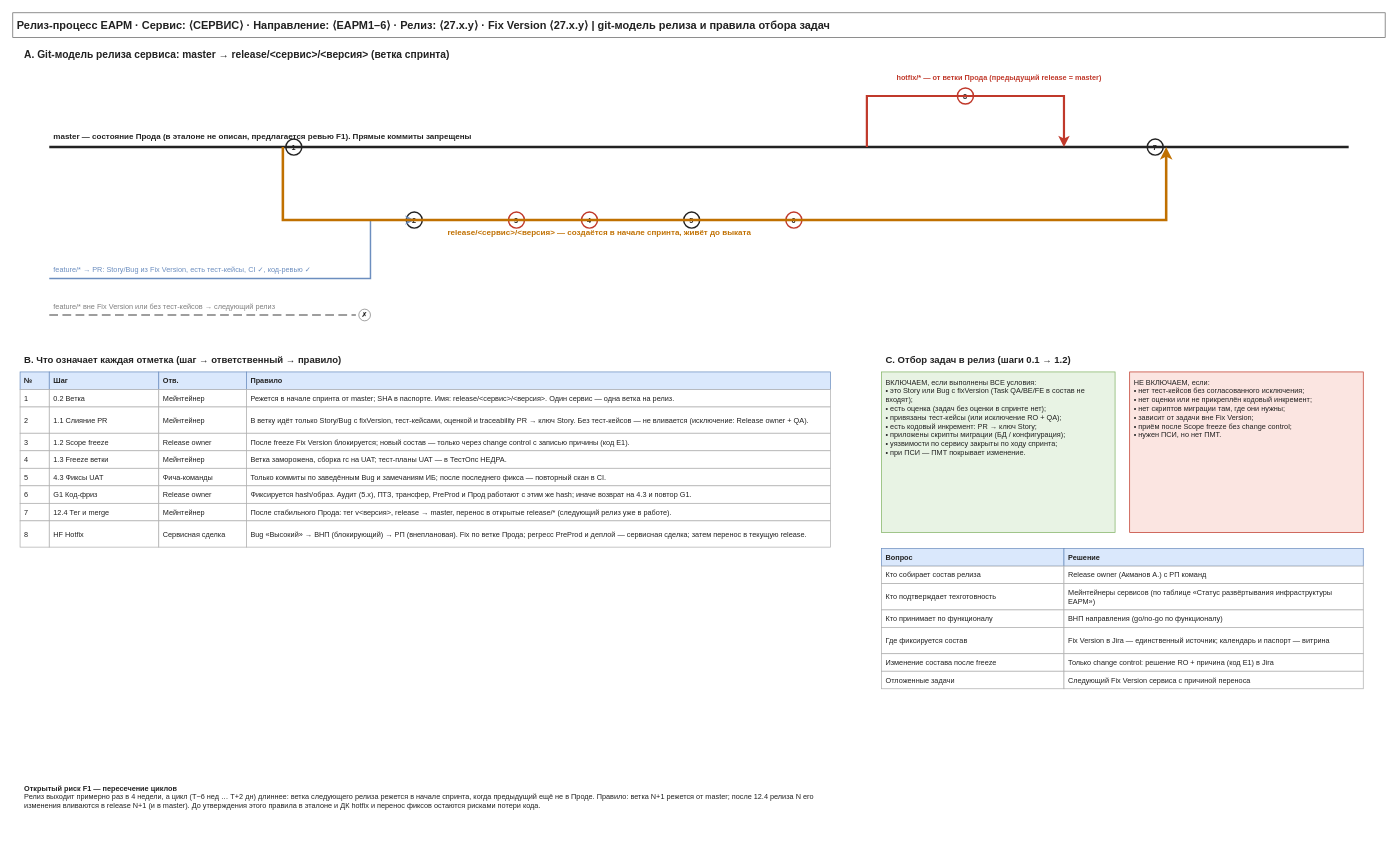
The draw.io diagram page "2. Ветки и отбор задач" (2 of 5) of docs/drawio/10-release-process.drawio in KMNV777/main_arsen, before the edit. Source tidied: cells renumbered, new cells numbered last; positions are measured from the earlier drawing's top-left corner, leaving out a move shared by most shapes. Both pictures are drawn from the tidied source at 73%, with x=0, y=0 at pixel (12, 12).
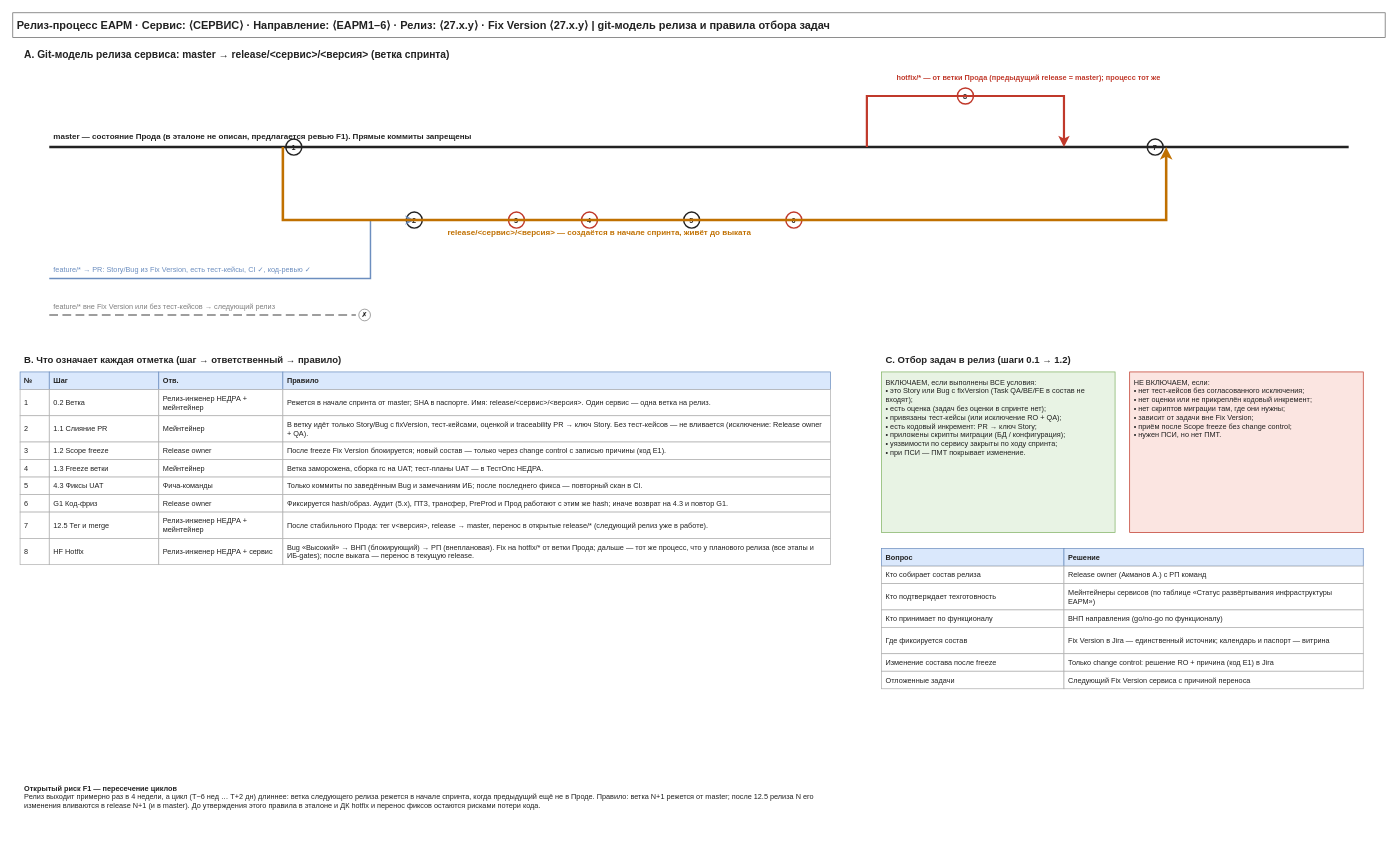
After the change.

Commit message (it also covers changes not shown here):
Apply process owner decisions: branch from master, optional PTZ, full hotfix process, role clarifications, SLA 1-5 days and critical path

The edit, as a diff of the source:
```diff
@@
-    <mxCell id="9" value="&lt;b&gt;hotfix/* — от ветки Прода (предыдущий release = master)&lt;/b&gt;" style="text;html=1;whiteSpace=wrap;fillColor=none;strokeColor=none;strokeWidth=1;fontSize=10;fontColor=#C0392B;align=left;verticalAlign=middle;spacingLeft=4;spacingRight=4;spacingTop=2;spacingBottom=2;" parent="1" vertex="1">
+    <mxCell id="9" value="&lt;b&gt;hotfix/* — от ветки Прода (предыдущий release = master); процесс тот же&lt;/b&gt;" style="text;html=1;whiteSpace=wrap;fillColor=none;strokeColor=none;strokeWidth=1;fontSize=10;fontColor=#C0392B;align=left;verticalAlign=middle;spacingLeft=4;spacingRight=4;spacingTop=2;spacingBottom=2;" parent="1" vertex="1">
       <mxGeometry x="1205" y="80" width="600" height="16" as="geometry" />
     </mxCell>
@@
     <mxCell id="21" value="&lt;b&gt;Отв.&lt;/b&gt;" style="rounded=0;whiteSpace=wrap;html=1;fillColor=#DAE8FC;strokeColor=#6C8EBF;strokeWidth=1;fontSize=10;fontColor=#222222;align=left;verticalAlign=middle;spacingLeft=4;spacingRight=4;spacingTop=2;spacingBottom=2;" parent="1" vertex="1">
-      <mxGeometry x="200" y="492" width="120" height="24" as="geometry" />
+      <mxGeometry x="200" y="492" width="170" height="24" as="geometry" />
     </mxCell>
     <mxCell id="22" value="&lt;b&gt;Правило&lt;/b&gt;" style="rounded=0;whiteSpace=wrap;html=1;fillColor=#DAE8FC;strokeColor=#6C8EBF;strokeWidth=1;fontSize=10;fontColor=#222222;align=left;verticalAlign=middle;spacingLeft=4;spacingRight=4;spacingTop=2;spacingBottom=2;" parent="1" vertex="1">
-      <mxGeometry x="320" y="492" width="800" height="24" as="geometry" />
+      <mxGeometry x="370" y="492" width="750" height="24" as="geometry" />
     </mxCell>
     <mxCell id="23" value="1" style="rounded=0;whiteSpace=wrap;html=1;fillColor=#FFFFFF;strokeColor=#B0B0B0;strokeWidth=1;fontSize=10;fontColor=#222222;align=left;verticalAlign=middle;spacingLeft=4;spacingRight=4;spacingTop=2;spacingBottom=2;" parent="1" vertex="1">
-      <mxGeometry x="10" y="516" width="40" height="24" as="geometry" />
+      <mxGeometry x="10" y="516" width="40" height="36" as="geometry" />
     </mxCell>
     <mxCell id="24" value="0.2 Ветка" style="rounded=0;whiteSpace=wrap;html=1;fillColor=#FFFFFF;strokeColor=#B0B0B0;strokeWidth=1;fontSize=10;fontColor=#222222;align=left;verticalAlign=middle;spacingLeft=4;spacingRight=4;spacingTop=2;spacingBottom=2;" parent="1" vertex="1">
-      <mxGeometry x="50" y="516" width="150" height="24" as="geometry" />
+      <mxGeometry x="50" y="516" width="150" height="36" as="geometry" />
     </mxCell>
-    <mxCell id="25" value="Мейнтейнер" style="rounded=0;whiteSpace=wrap;html=1;fillColor=#FFFFFF;strokeColor=#B0B0B0;strokeWidth=1;fontSize=10;fontColor=#222222;align=left;verticalAlign=middle;spacingLeft=4;spacingRight=4;spacingTop=2;spacingBottom=2;" parent="1" vertex="1">
-      <mxGeometry x="200" y="516" width="120" height="24" as="geometry" />
+    <mxCell id="25" value="Релиз-инженер НЕДРА + мейнтейнер" style="rounded=0;whiteSpace=wrap;html=1;fillColor=#FFFFFF;strokeColor=#B0B0B0;strokeWidth=1;fontSize=10;fontColor=#222222;align=left;verticalAlign=middle;spacingLeft=4;spacingRight=4;spacingTop=2;spacingBottom=2;" parent="1" vertex="1">
+      <mxGeometry x="200" y="516" width="170" height="36" as="geometry" />
     </mxCell>
     <mxCell id="26" value="Режется в начале спринта от master; SHA в паспорте. Имя: release/&amp;lt;сервис&amp;gt;/&amp;lt;версия&amp;gt;. Один сервис — одна ветка на релиз." style="rounded=0;whiteSpace=wrap;html=1;fillColor=#FFFFFF;strokeColor=#B0B0B0;strokeWidth=1;fontSize=10;fontColor=#222222;align=left;verticalAlign=middle;spacingLeft=4;spacingRight=4;spacingTop=2;spacingBottom=2;" parent="1" vertex="1">
-      <mxGeometry x="320" y="516" width="800" height="24" as="geometry" />
+      <mxGeometry x="370" y="516" width="750" height="36" as="geometry" />
     </mxCell>
     <mxCell id="27" value="2" style="rounded=0;whiteSpace=wrap;html=1;fillColor=#FFFFFF;strokeColor=#B0B0B0;strokeWidth=1;fontSize=10;fontColor=#222222;align=left;verticalAlign=middle;spacingLeft=4;spacingRight=4;spacingTop=2;spacingBottom=2;" parent="1" vertex="1">
-      <mxGeometry x="10" y="540" width="40" height="36" as="geometry" />
+      <mxGeometry x="10" y="552" width="40" height="36" as="geometry" />
     </mxCell>
     <mxCell id="28" value="1.1 Слияние PR" style="rounded=0;whiteSpace=wrap;html=1;fillColor=#FFFFFF;strokeColor=#B0B0B0;strokeWidth=1;fontSize=10;fontColor=#222222;align=left;verticalAlign=middle;spacingLeft=4;spacingRight=4;spacingTop=2;spacingBottom=2;" parent="1" vertex="1">
-      <mxGeometry x="50" y="540" width="150" height="36" as="geometry" />
+      <mxGeometry x="50" y="552" width="150" height="36" as="geometry" />
     </mxCell>
     <mxCell id="29" value="Мейнтейнер" style="rounded=0;whiteSpace=wrap;html=1;fillColor=#FFFFFF;strokeColor=#B0B0B0;strokeWidth=1;fontSize=10;fontColor=#222222;align=left;verticalAlign=middle;spacingLeft=4;spacingRight=4;spacingTop=2;spacingBottom=2;" parent="1" vertex="1">
-      <mxGeometry x="200" y="540" width="120" height="36" as="geometry" />
+      <mxGeometry x="200" y="552" width="170" height="36" as="geometry" />
     </mxCell>
     <mxCell id="30" value="В ветку идёт только Story/Bug с fixVersion, тест-кейсами, оценкой и traceability PR → ключ Story. Без тест-кейсов — не вливается (исключение: Release owner + QA)." style="rounded=0;whiteSpace=wrap;html=1;fillColor=#FFFFFF;strokeColor=#B0B0B0;strokeWidth=1;fontSize=10;fontColor=#222222;align=left;verticalAlign=middle;spacingLeft=4;spacingRight=4;spacingTop=2;spacingBottom=2;" parent="1" vertex="1">
-      <mxGeometry x="320" y="540" width="800" height="36" as="geometry" />
+      <mxGeometry x="370" y="552" width="750" height="36" as="geometry" />
     </mxCell>
     <mxCell id="31" value="3" style="rounded=0;whiteSpace=wrap;html=1;fillColor=#FFFFFF;strokeColor=#B0B0B0;strokeWidth=1;fontSize=10;fontColor=#222222;align=left;verticalAlign=middle;spacingLeft=4;spacingRight=4;spacingTop=2;spacingBottom=2;" parent="1" vertex="1">
-      <mxGeometry x="10" y="576" width="40" height="24" as="geometry" />
+      <mxGeometry x="10" y="588" width="40" height="24" as="geometry" />
     </mxCell>
     <mxCell id="32" value="1.2 Scope freeze" style="rounded=0;whiteSpace=wrap;html=1;fillColor=#FFFFFF;strokeColor=#B0B0B0;strokeWidth=1;fontSize=10;fontColor=#222222;align=left;verticalAlign=middle;spacingLeft=4;spacingRight=4;spacingTop=2;spacingBottom=2;" parent="1" vertex="1">
-      <mxGeometry x="50" y="576" width="150" height="24" as="geometry" />
+      <mxGeometry x="50" y="588" width="150" height="24" as="geometry" />
     </mxCell>
     <mxCell id="33" value="Release owner" style="rounded=0;whiteSpace=wrap;html=1;fillColor=#FFFFFF;strokeColor=#B0B0B0;strokeWidth=1;fontSize=10;fontColor=#222222;align=left;verticalAlign=middle;spacingLeft=4;spacingRight=4;spacingTop=2;spacingBottom=2;" parent="1" vertex="1">
-      <mxGeometry x="200" y="576" width="120" height="24" as="geometry" />
+      <mxGeometry x="200" y="588" width="170" height="24" as="geometry" />
     </mxCell>
     <mxCell id="34" value="После freeze Fix Version блокируется; новый состав — только через change control с записью причины (код E1)." style="rounded=0;whiteSpace=wrap;html=1;fillColor=#FFFFFF;strokeColor=#B0B0B0;strokeWidth=1;fontSize=10;fontColor=#222222;align=left;verticalAlign=middle;spacingLeft=4;spacingRight=4;spacingTop=2;spacingBottom=2;" parent="1" vertex="1">
-      <mxGeometry x="320" y="576" width="800" height="24" as="geometry" />
+      <mxGeometry x="370" y="588" width="750" height="24" as="geometry" />
     </mxCell>
     <mxCell id="35" value="4" style="rounded=0;whiteSpace=wrap;html=1;fillColor=#FFFFFF;strokeColor=#B0B0B0;strokeWidth=1;fontSize=10;fontColor=#222222;align=left;verticalAlign=middle;spacingLeft=4;spacingRight=4;spacingTop=2;spacingBottom=2;" parent="1" vertex="1">
-      <mxGeometry x="10" y="600" width="40" height="24" as="geometry" />
+      <mxGeometry x="10" y="612" width="40" height="24" as="geometry" />
     </mxCell>
     <mxCell id="36" value="1.3 Freeze ветки" style="rounded=0;whiteSpace=wrap;html=1;fillColor=#FFFFFF;strokeColor=#B0B0B0;strokeWidth=1;fontSize=10;fontColor=#222222;align=left;verticalAlign=middle;spacingLeft=4;spacingRight=4;spacingTop=2;spacingBottom=2;" parent="1" vertex="1">
-      <mxGeometry x="50" y="600" width="150" height="24" as="geometry" />
+      <mxGeometry x="50" y="612" width="150" height="24" as="geometry" />
     </mxCell>
     <mxCell id="37" value="Мейнтейнер" style="rounded=0;whiteSpace=wrap;html=1;fillColor=#FFFFFF;strokeColor=#B0B0B0;strokeWidth=1;fontSize=10;fontColor=#222222;align=left;verticalAlign=middle;spacingLeft=4;spacingRight=4;spacingTop=2;spacingBottom=2;" parent="1" vertex="1">
-      <mxGeometry x="200" y="600" width="120" height="24" as="geometry" />
+      <mxGeometry x="200" y="612" width="170" height="24" as="geometry" />
     </mxCell>
     <mxCell id="38" value="Ветка заморожена, сборка rc на UAT; тест-планы UAT — в ТестОпс НЕДРА." style="rounded=0;whiteSpace=wrap;html=1;fillColor=#FFFFFF;strokeColor=#B0B0B0;strokeWidth=1;fontSize=10;fontColor=#222222;align=left;verticalAlign=middle;spacingLeft=4;spacingRight=4;spacingTop=2;spacingBottom=2;" parent="1" vertex="1">
-      <mxGeometry x="320" y="600" width="800" height="24" as="geometry" />
+      <mxGeometry x="370" y="612" width="750" height="24" as="geometry" />
     </mxCell>
     <mxCell id="39" value="5" style="rounded=0;whiteSpace=wrap;html=1;fillColor=#FFFFFF;strokeColor=#B0B0B0;strokeWidth=1;fontSize=10;fontColor=#222222;align=left;verticalAlign=middle;spacingLeft=4;spacingRight=4;spacingTop=2;spacingBottom=2;" parent="1" vertex="1">
-      <mxGeometry x="10" y="624" width="40" height="24" as="geometry" />
+      <mxGeometry x="10" y="636" width="40" height="24" as="geometry" />
     </mxCell>
     <mxCell id="40" value="4.3 Фиксы UAT" style="rounded=0;whiteSpace=wrap;html=1;fillColor=#FFFFFF;strokeColor=#B0B0B0;strokeWidth=1;fontSize=10;fontColor=#222222;align=left;verticalAlign=middle;spacingLeft=4;spacingRight=4;spacingTop=2;spacingBottom=2;" parent="1" vertex="1">
-      <mxGeometry x="50" y="624" width="150" height="24" as="geometry" />
+      <mxGeometry x="50" y="636" width="150" height="24" as="geometry" />
     </mxCell>
     <mxCell id="41" value="Фича-команды" style="rounded=0;whiteSpace=wrap;html=1;fillColor=#FFFFFF;strokeColor=#B0B0B0;strokeWidth=1;fontSize=10;fontColor=#222222;align=left;verticalAlign=middle;spacingLeft=4;spacingRight=4;spacingTop=2;spacingBottom=2;" parent="1" vertex="1">
-      <mxGeometry x="200" y="624" width="120" height="24" as="geometry" />
+      <mxGeometry x="200" y="636" width="170" height="24" as="geometry" />
     </mxCell>
     <mxCell id="42" value="Только коммиты по заведённым Bug и замечаниям ИБ; после последнего фикса — повторный скан в CI." style="rounded=0;whiteSpace=wrap;html=1;fillColor=#FFFFFF;strokeColor=#B0B0B0;strokeWidth=1;fontSize=10;fontColor=#222222;align=left;verticalAlign=middle;spacingLeft=4;spacingRight=4;spacingTop=2;spacingBottom=2;" parent="1" vertex="1">
-      <mxGeometry x="320" y="624" width="800" height="24" as="geometry" />
+      <mxGeometry x="370" y="636" width="750" height="24" as="geometry" />
     </mxCell>
     <mxCell id="43" value="6" style="rounded=0;whiteSpace=wrap;html=1;fillColor=#FFFFFF;strokeColor=#B0B0B0;strokeWidth=1;fontSize=10;fontColor=#222222;align=left;verticalAlign=middle;spacingLeft=4;spacingRight=4;spacingTop=2;spacingBottom=2;" parent="1" vertex="1">
-      <mxGeometry x="10" y="648" width="40" height="24" as="geometry" />
+      <mxGeometry x="10" y="660" width="40" height="24" as="geometry" />
     </mxCell>
     <mxCell id="44" value="G1 Код-фриз" style="rounded=0;whiteSpace=wrap;html=1;fillColor=#FFFFFF;strokeColor=#B0B0B0;strokeWidth=1;fontSize=10;fontColor=#222222;align=left;verticalAlign=middle;spacingLeft=4;spacingRight=4;spacingTop=2;spacingBottom=2;" parent="1" vertex="1">
-      <mxGeometry x="50" y="648" width="150" height="24" as="geometry" />
+      <mxGeometry x="50" y="660" width="150" height="24" as="geometry" />
     </mxCell>
     <mxCell id="45" value="Release owner" style="rounded=0;whiteSpace=wrap;html=1;fillColor=#FFFFFF;strokeColor=#B0B0B0;strokeWidth=1;fontSize=10;fontColor=#222222;align=left;verticalAlign=middle;spacingLeft=4;spacingRight=4;spacingTop=2;spacingBottom=2;" parent="1" vertex="1">
-      <mxGeometry x="200" y="648" width="120" height="24" as="geometry" />
+      <mxGeometry x="200" y="660" width="170" height="24" as="geometry" />
     </mxCell>
     <mxCell id="46" value="Фиксируется hash/образ. Аудит (5.x), ПТЗ, трансфер, PreProd и Прод работают с этим же hash; иначе возврат на 4.3 и повтор G1." style="rounded=0;whiteSpace=wrap;html=1;fillColor=#FFFFFF;strokeColor=#B0B0B0;strokeWidth=1;fontSize=10;fontColor=#222222;align=left;verticalAlign=middle;spacingLeft=4;spacingRight=4;spacingTop=2;spacingBottom=2;" parent="1" vertex="1">
-      <mxGeometry x="320" y="648" width="800" height="24" as="geometry" />
+      <mxGeometry x="370" y="660" width="750" height="24" as="geometry" />
     </mxCell>
     <mxCell id="47" value="7" style="rounded=0;whiteSpace=wrap;html=1;fillColor=#FFFFFF;strokeColor=#B0B0B0;strokeWidth=1;fontSize=10;fontColor=#222222;align=left;verticalAlign=middle;spacingLeft=4;spacingRight=4;spacingTop=2;spacingBottom=2;" parent="1" vertex="1">
-      <mxGeometry x="10" y="672" width="40" height="24" as="geometry" />
+      <mxGeometry x="10" y="684" width="40" height="36" as="geometry" />
     </mxCell>
-    <mxCell id="48" value="12.4 Тег и merge" style="rounded=0;whiteSpace=wrap;html=1;fillColor=#FFFFFF;strokeColor=#B0B0B0;strokeWidth=1;fontSize=10;fontColor=#222222;align=left;verticalAlign=middle;spacingLeft=4;spacingRight=4;spacingTop=2;spacingBottom=2;" parent="1" vertex="1">
-      <mxGeometry x="50" y="672" width="150" height="24" as="geometry" />
+    <mxCell id="48" value="12.5 Тег и merge" style="rounded=0;whiteSpace=wrap;html=1;fillColor=#FFFFFF;strokeColor=#B0B0B0;strokeWidth=1;fontSize=10;fontColor=#222222;align=left;verticalAlign=middle;spacingLeft=4;spacingRight=4;spacingTop=2;spacingBottom=2;" parent="1" vertex="1">
+      <mxGeometry x="50" y="684" width="150" height="36" as="geometry" />
     </mxCell>
-    <mxCell id="49" value="Мейнтейнер" style="rounded=0;whiteSpace=wrap;html=1;fillColor=#FFFFFF;strokeColor=#B0B0B0;strokeWidth=1;fontSize=10;fontColor=#222222;align=left;verticalAlign=middle;spacingLeft=4;spacingRight=4;spacingTop=2;spacingBottom=2;" parent="1" vertex="1">
-      <mxGeometry x="200" y="672" width="120" height="24" as="geometry" />
+    <mxCell id="49" value="Релиз-инженер НЕДРА + мейнтейнер" style="rounded=0;whiteSpace=wrap;html=1;fillColor=#FFFFFF;strokeColor=#B0B0B0;strokeWidth=1;fontSize=10;fontColor=#222222;align=left;verticalAlign=middle;spacingLeft=4;spacingRight=4;spacingTop=2;spacingBottom=2;" parent="1" vertex="1">
+      <mxGeometry x="200" y="684" width="170" height="36" as="geometry" />
     </mxCell>
     <mxCell id="50" value="После стабильного Прода: тег v&amp;lt;версия&amp;gt;, release → master, перенос в открытые release/* (следующий релиз уже в работе)." style="rounded=0;whiteSpace=wrap;html=1;fillColor=#FFFFFF;strokeColor=#B0B0B0;strokeWidth=1;fontSize=10;fontColor=#222222;align=left;verticalAlign=middle;spacingLeft=4;spacingRight=4;spacingTop=2;spacingBottom=2;" parent="1" vertex="1">
-      <mxGeometry x="320" y="672" width="800" height="24" as="geometry" />
+      <mxGeometry x="370" y="684" width="750" height="36" as="geometry" />
     </mxCell>
     <mxCell id="51" value="8" style="rounded=0;whiteSpace=wrap;html=1;fillColor=#FFFFFF;strokeColor=#B0B0B0;strokeWidth=1;fontSize=10;fontColor=#222222;align=left;verticalAlign=middle;spacingLeft=4;spacingRight=4;spacingTop=2;spacingBottom=2;" parent="1" vertex="1">
-      <mxGeometry x="10" y="696" width="40" height="36" as="geometry" />
+      <mxGeometry x="10" y="720" width="40" height="36" as="geometry" />
     </mxCell>
     <mxCell id="52" value="HF Hotfix" style="rounded=0;whiteSpace=wrap;html=1;fillColor=#FFFFFF;strokeColor=#B0B0B0;strokeWidth=1;fontSize=10;fontColor=#222222;align=left;verticalAlign=middle;spacingLeft=4;spacingRight=4;spacingTop=2;spacingBottom=2;" parent="1" vertex="1">
-      <mxGeometry x="50" y="696" width="150" height="36" as="geometry" />
+      <mxGeometry x="50" y="720" width="150" height="36" as="geometry" />
     </mxCell>
-    <mxCell id="53" value="Сервисная сделка" style="rounded=0;whiteSpace=wrap;html=1;fillColor=#FFFFFF;strokeColor=#B0B0B0;strokeWidth=1;fontSize=10;fontColor=#222222;align=left;verticalAlign=middle;spacingLeft=4;spacingRight=4;spacingTop=2;spacingBottom=2;" parent="1" vertex="1">
-      <mxGeometry x="200" y="696" width="120" height="36" as="geometry" />
+    <mxCell id="53" value="Релиз-инженер НЕДРА + сервис" style="rounded=0;whiteSpace=wrap;html=1;fillColor=#FFFFFF;strokeColor=#B0B0B0;strokeWidth=1;fontSize=10;fontColor=#222222;align=left;verticalAlign=middle;spacingLeft=4;spacingRight=4;spacingTop=2;spacingBottom=2;" parent="1" vertex="1">
+      <mxGeometry x="200" y="720" width="170" height="36" as="geometry" />
     </mxCell>
-    <mxCell id="54" value="Bug «Высокий» → ВНП (блокирующий) → РП (внеплановая). Fix по ветке Прода; регресс PreProd и деплой — сервисная сделка; затем перенос в текущую release." style="rounded=0;whiteSpace=wrap;html=1;fillColor=#FFFFFF;strokeColor=#B0B0B0;strokeWidth=1;fontSize=10;fontColor=#222222;align=left;verticalAlign=middle;spacingLeft=4;spacingRight=4;spacingTop=2;spacingBottom=2;" parent="1" vertex="1">
-      <mxGeometry x="320" y="696" width="800" height="36" as="geometry" />
+    <mxCell id="54" value="Bug «Высокий» → ВНП (блокирующий) → РП (внеплановая). Fix на hotfix/* от ветки Прода; дальше — тот же процесс, что у планового релиза (все этапы и ИБ-gates); после выката — перенос в текущую release." style="rounded=0;whiteSpace=wrap;html=1;fillColor=#FFFFFF;strokeColor=#B0B0B0;strokeWidth=1;fontSize=10;fontColor=#222222;align=left;verticalAlign=middle;spacingLeft=4;spacingRight=4;spacingTop=2;spacingBottom=2;" parent="1" vertex="1">
+      <mxGeometry x="370" y="720" width="750" height="36" as="geometry" />
     </mxCell>
@@
-    <mxCell id="72" value="&lt;b&gt;Открытый риск F1 — пересечение циклов&lt;/b&gt;&lt;br&gt;Релиз выходит примерно раз в 4 недели, а цикл (T−6 нед … T+2 дн) длиннее: ветка следующего релиза режется в начале спринта, когда предыдущий ещё не в Проде. Правило: ветка N+1 режется от master; после 12.4 релиза N его изменения вливаются в release N+1 (и в master). До утверждения этого правила в эталоне и ДК hotfix и перенос фиксов остаются рисками потери кода." style="text;html=1;whiteSpace=wrap;fillColor=none;strokeColor=none;strokeWidth=1;fontSize=10;fontColor=#222222;align=left;verticalAlign=middle;spacingLeft=4;spacingRight=4;spacingTop=2;spacingBottom=2;" parent="1" vertex="1">
+    <mxCell id="72" value="&lt;b&gt;Открытый риск F1 — пересечение циклов&lt;/b&gt;&lt;br&gt;Релиз выходит примерно раз в 4 недели, а цикл (T−6 нед … T+2 дн) длиннее: ветка следующего релиза режется в начале спринта, когда предыдущий ещё не в Проде. Правило: ветка N+1 режется от master; после 12.5 релиза N его изменения вливаются в release N+1 (и в master). До утверждения этого правила в эталоне и ДК hotfix и перенос фиксов остаются рисками потери кода." style="text;html=1;whiteSpace=wrap;fillColor=none;strokeColor=none;strokeWidth=1;fontSize=10;fontColor=#222222;align=left;verticalAlign=middle;spacingLeft=4;spacingRight=4;spacingTop=2;spacingBottom=2;" parent="1" vertex="1">
       <mxGeometry x="10" y="1004" width="1100" height="140" as="geometry" />
     </mxCell>
```
